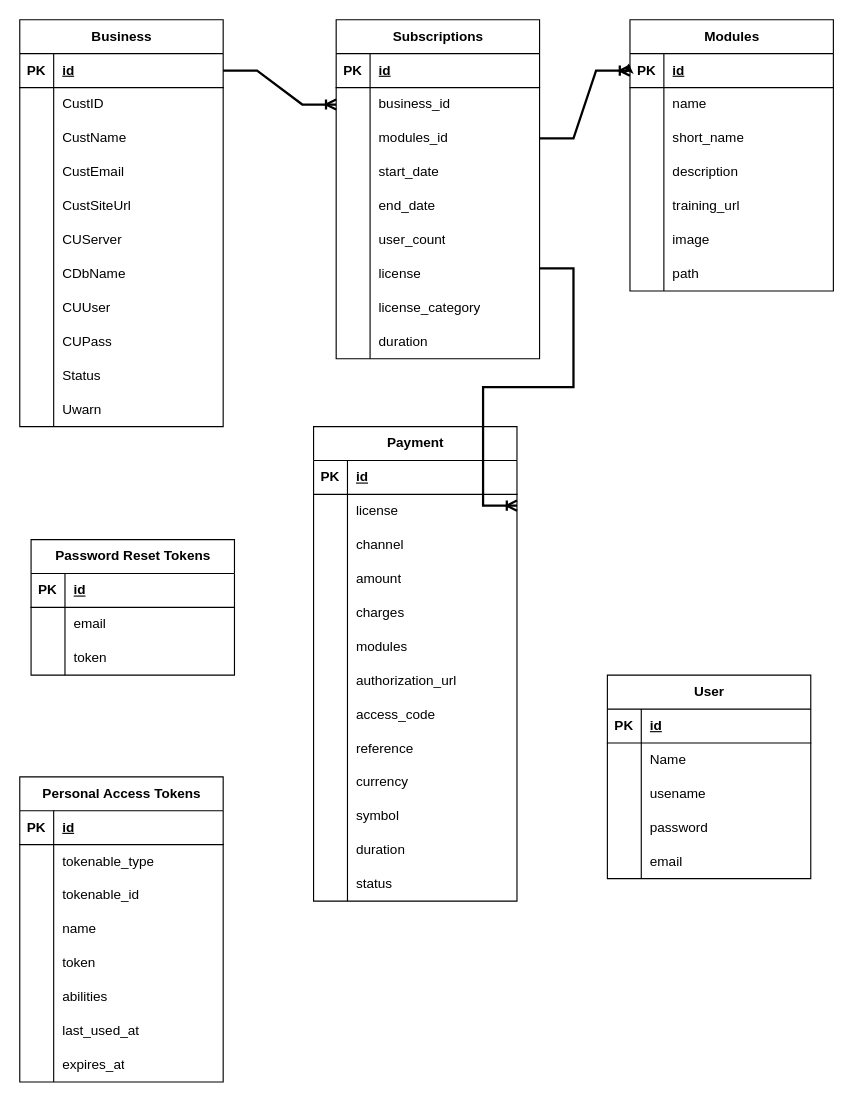
The draw.io diagram workwave admin db.drawio in Soft-Solution-Limited/DB-designs, before the edit. Source tidied: cells renumbered, new cells numbered last; positions are measured from the earlier drawing's top-left corner, leaving out a move shared by most shapes. Both pictures are drawn from the tidied source at 113%, with x=0, y=0 at pixel (19, 19).
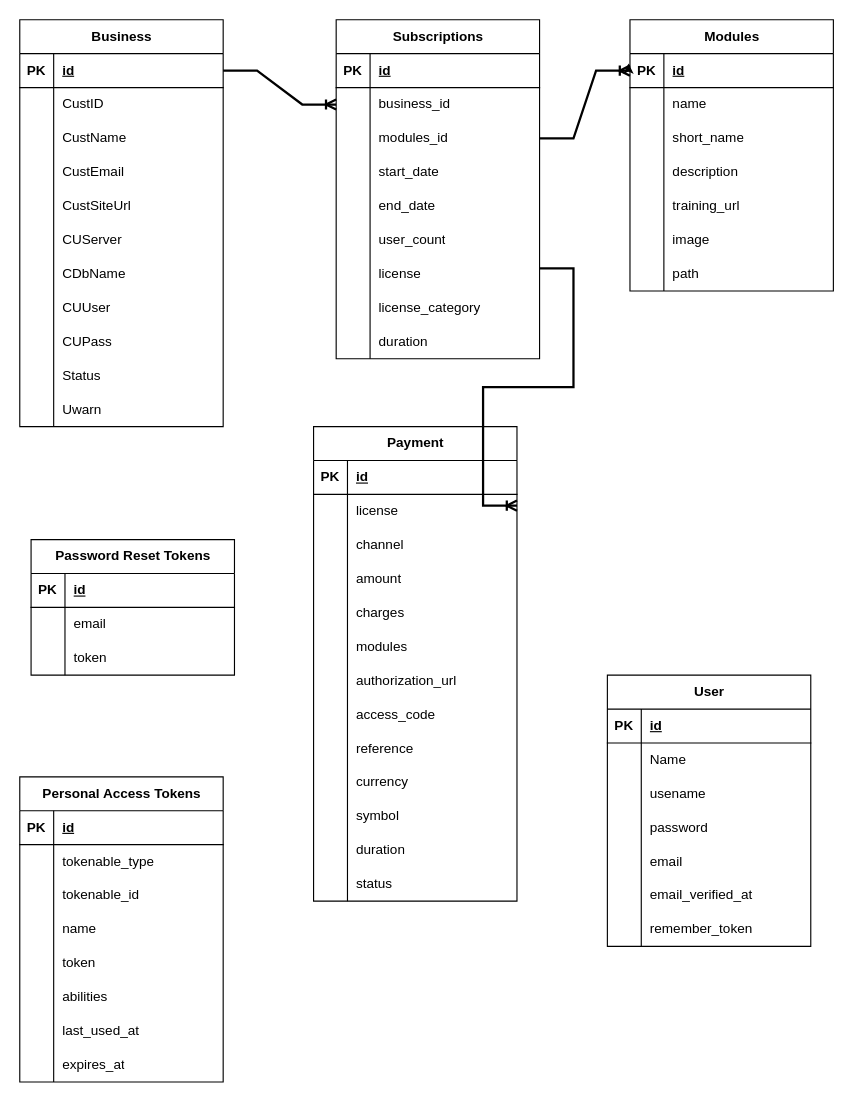
After the change.

The edit, as a diff of the source:
```diff
@@
     <mxCell id="130" value="User" style="shape=table;startSize=30;childLayout=tableLayout;rowLines=0;fontStyle=1;align=center;html=1;" parent="1" vertex="1">
-      <mxGeometry x="520" y="580" width="180" height="180" as="geometry" />
+      <mxGeometry x="520" y="580" width="180" height="240" as="geometry" />
     </mxCell>
@@
+    <mxCell id="181" style="shape=tableRow;horizontal=0;startSize=0;swimlaneHead=0;swimlaneBody=0;fillColor=none;top=0;left=0;right=0;bottom=0;" parent="130" vertex="1">
+      <mxGeometry y="180" width="180" height="30" as="geometry" />
+    </mxCell>
+    <mxCell id="182" style="shape=partialRectangle;fillColor=none;top=0;left=0;bottom=0;right=0;overflow=hidden;whiteSpace=wrap;html=1;" parent="181" vertex="1">
+      <mxGeometry width="30" height="30" as="geometry" />
+    </mxCell>
+    <mxCell id="183" value="email_verified_at" style="shape=partialRectangle;fillColor=none;top=0;left=0;bottom=0;right=0;align=left;spacingLeft=6;overflow=hidden;whiteSpace=wrap;html=1;" parent="181" vertex="1">
+      <mxGeometry x="30" width="150" height="30" as="geometry" />
+    </mxCell>
+    <mxCell id="184" style="shape=tableRow;horizontal=0;startSize=0;swimlaneHead=0;swimlaneBody=0;fillColor=none;top=0;left=0;right=0;bottom=0;" parent="130" vertex="1">
+      <mxGeometry y="210" width="180" height="30" as="geometry" />
+    </mxCell>
+    <mxCell id="185" style="shape=partialRectangle;fillColor=none;top=0;left=0;bottom=0;right=0;overflow=hidden;whiteSpace=wrap;html=1;" parent="184" vertex="1">
+      <mxGeometry width="30" height="30" as="geometry" />
+    </mxCell>
+    <mxCell id="186" value="remember_token" style="shape=partialRectangle;fillColor=none;top=0;left=0;bottom=0;right=0;align=left;spacingLeft=6;overflow=hidden;whiteSpace=wrap;html=1;" parent="184" vertex="1">
+      <mxGeometry x="30" width="150" height="30" as="geometry" />
+    </mxCell>
```
